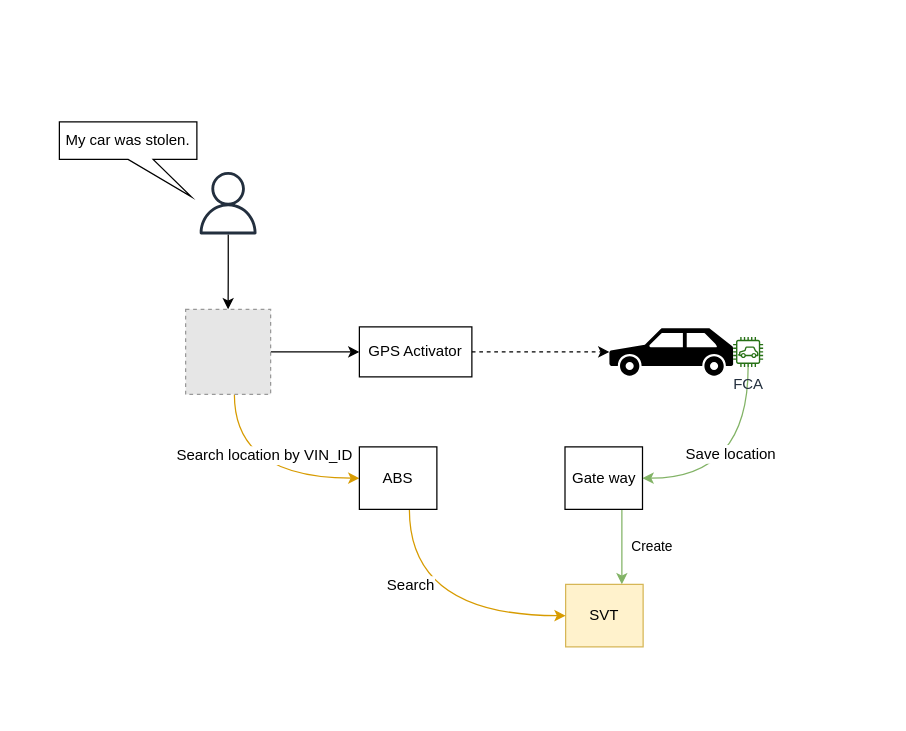
Earlier version of the draw.io diagram SVT.drawio (phatcharalaw/my-doc). Source tidied: cells renumbered, new cells numbered last; positions are measured from the earlier drawing's top-left corner, leaving out a move shared by most shapes. Both pictures are drawn from the tidied source at 125%, with x=0, y=0 at pixel (59, 121). Pictures stored in the file or linked from it are replaced by grey dashed boxes.
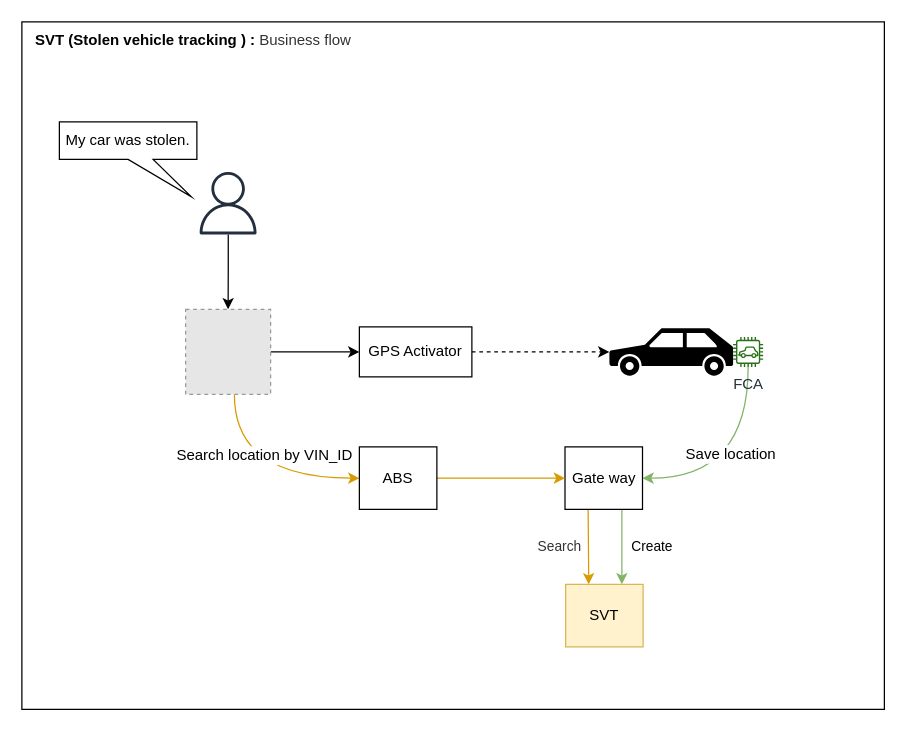
The same page after the edit.

The change refers to these unchanged cells:
```xml
<mxCell id="16" value="Gate way" style="rounded=0;whiteSpace=wrap;html=1;" parent="1" vertex="1">
  <mxGeometry x="404.5" y="260" width="62" height="50" as="geometry" />
</mxCell>
<mxCell id="17" value="SVT" style="rounded=0;whiteSpace=wrap;html=1;fillColor=#fff2cc;strokeColor=#d6b656;" parent="1" vertex="1">
  <mxGeometry x="405" y="370" width="62" height="50" as="geometry" />
</mxCell>
<mxCell id="20" value="ABS" style="rounded=0;whiteSpace=wrap;html=1;" parent="1" vertex="1">
  <mxGeometry x="240" y="260" width="62" height="50" as="geometry" />
</mxCell>
```

Change to the diagram source:
```diff
@@
+    <mxCell id="21" style="rounded=0;whiteSpace=wrap;html=1;" parent="1" vertex="1">
+      <mxGeometry x="-30" y="-80" width="690" height="550" as="geometry" />
+    </mxCell>
@@
+    <mxCell id="19" value="Search" style="rounded=0;orthogonalLoop=1;jettySize=auto;html=1;entryX=0.25;entryY=0;entryDx=0;entryDy=0;fontColor=#333333;exitX=0.25;exitY=1;exitDx=0;exitDy=0;fillColor=#ffe6cc;strokeColor=#d79b00;" parent="1" edge="1">
+      <mxGeometry x="-0.01" y="-23" relative="1" as="geometry">
+        <mxPoint x="423" y="310" as="sourcePoint" />
+        <mxPoint x="423.5" y="370" as="targetPoint" />
+      </mxGeometry>
+    </mxCell>
@@
-    <mxCell id="18" style="edgeStyle=orthogonalEdgeStyle;curved=1;rounded=0;jettySize=auto;html=1;entryX=0;entryY=0.5;entryDx=0;entryDy=0;fillColor=#ffe6cc;strokeColor=#d79b00;" parent="1" edge="1" source="20" target="17">
-      <mxGeometry relative="1" as="geometry">
-        <Array as="points">
-          <mxPoint x="280" y="395" />
-        </Array>
-      </mxGeometry>
-    </mxCell>
-    <mxCell id="19" value="Search" style="text;html=1;align=center;verticalAlign=middle;labelBackgroundColor=#ffffff;" parent="18" vertex="1">
-      <mxGeometry x="-0.42" y="23" relative="1" as="geometry">
-        <mxPoint x="-23" y="-1" as="offset" />
-      </mxGeometry>
-    </mxCell>
+    <mxCell id="22" style="edgeStyle=orthogonalEdgeStyle;curved=1;rounded=0;jettySize=auto;html=1;entryX=0;entryY=0.5;entryDx=0;entryDy=0;fontColor=#333333;fillColor=#ffe6cc;strokeColor=#d79b00;" parent="1" edge="1" source="20" target="16">
+      <mxGeometry relative="1" as="geometry" />
+    </mxCell>
@@
+    <mxCell id="23" value="SVT (Stolen vehicle tracking ) :&lt;span style=&quot;color: rgb(51 , 51 , 51) ; font-weight: 400&quot;&gt;&amp;nbsp;Business flow&lt;/span&gt;" style="text;html=1;strokeColor=none;fillColor=none;align=left;verticalAlign=middle;whiteSpace=wrap;rounded=0;fontStyle=1;spacingLeft=9;" parent="1" vertex="1">
+      <mxGeometry x="-30" y="-80" width="290" height="30" as="geometry" />
+    </mxCell>
```
